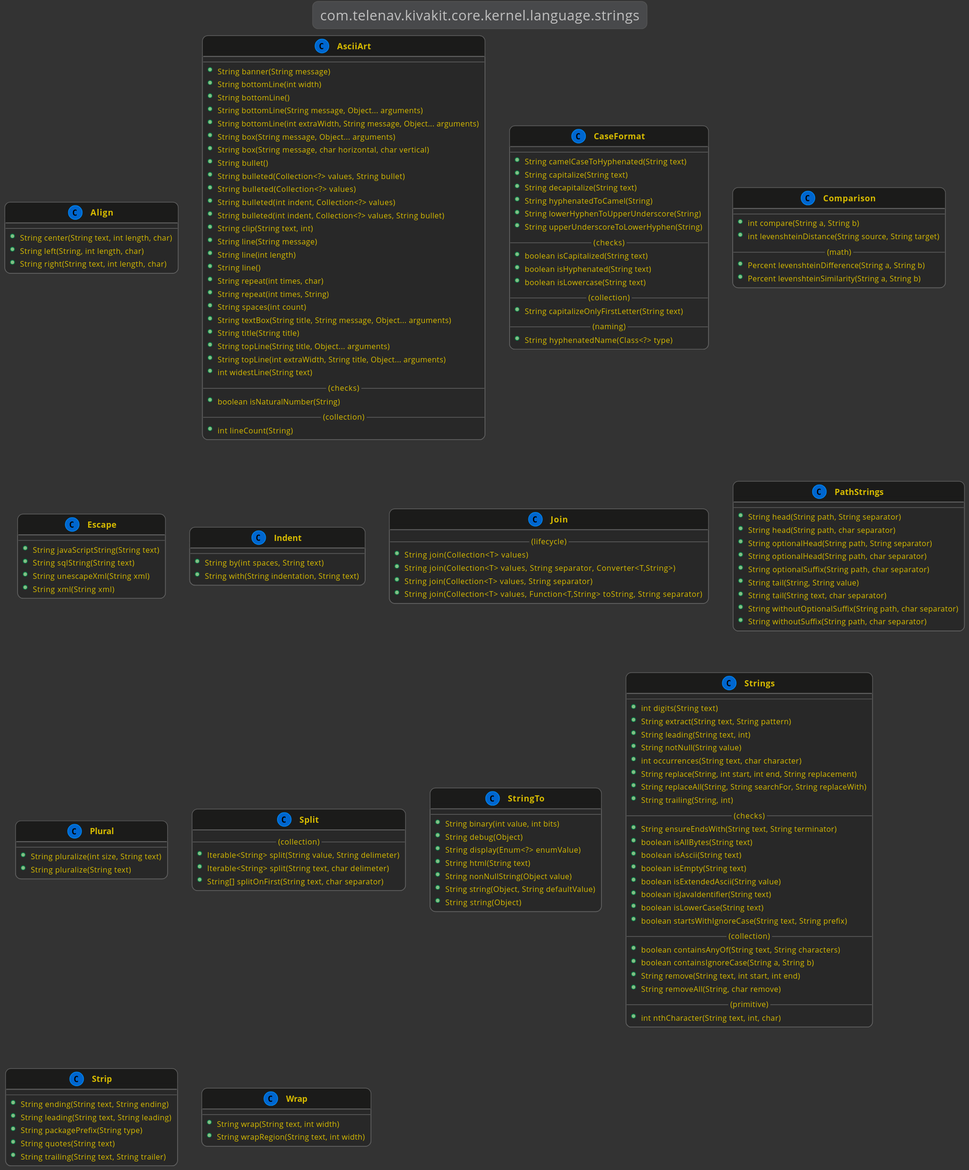
Above: docs/lexakai/kivakit/kivakit-core/kernel/documentation/diagrams/com.telenav.kivakit.core.kernel.language.strings.svg in Telenav/kivakit-assets (PlantUML), before the change.
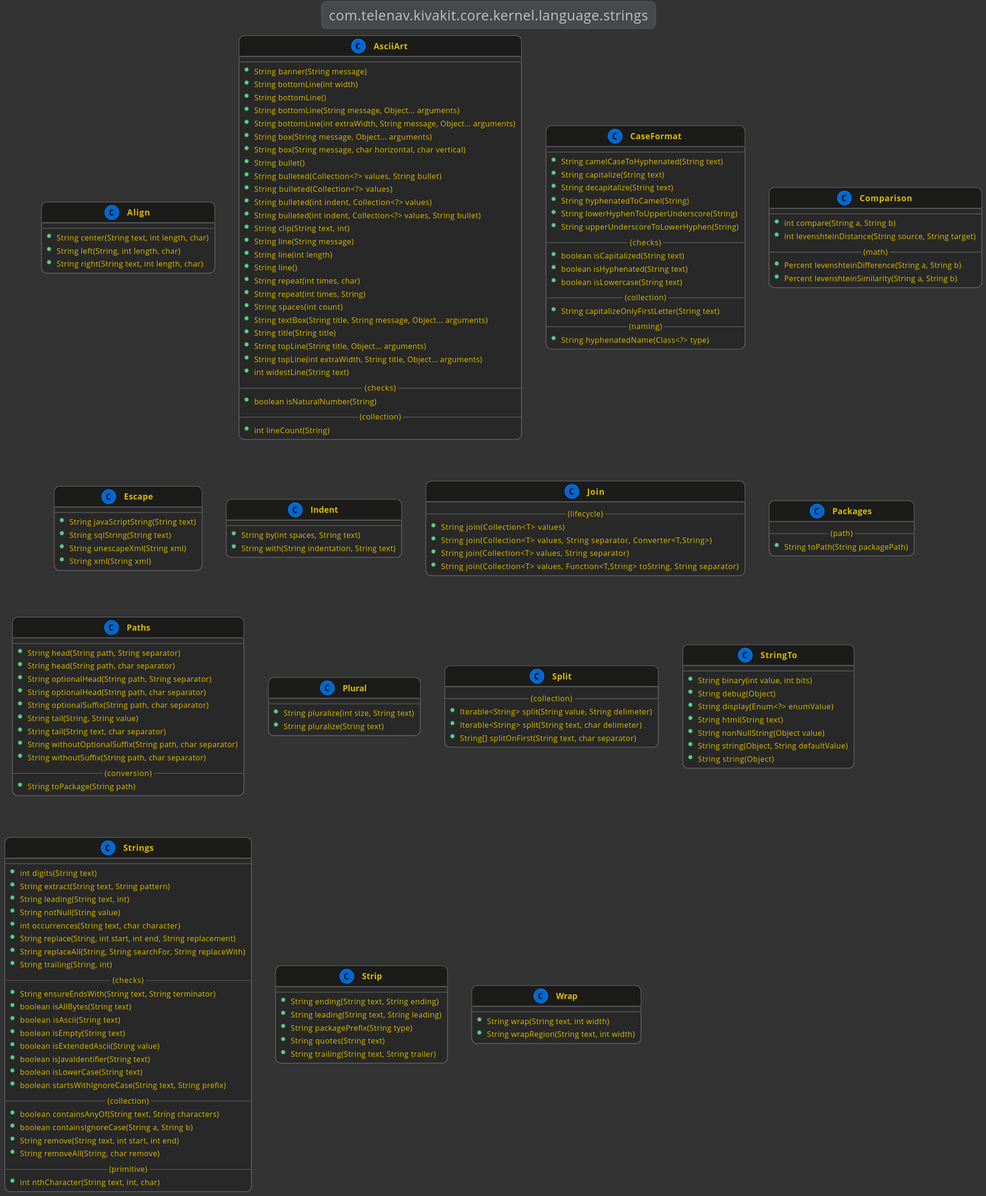
The same diagram one commit later.

Change to the diagram source:
```diff
@@ -99,7 +99,13 @@
         +String join(Collection<T> values, Function<T,String> toString, String separator)
     }
 
-    class PathStrings
+    class Packages
+    {
+        --(path)--
+        +String toPath(String packagePath)
+    }
+
+    class Paths
     {
         --
         +String head(String path, String separator)
@@ -111,6 +117,8 @@
         +String tail(String text, char separator)
         +String withoutOptionalSuffix(String path, char separator)
         +String withoutSuffix(String path, char separator)
+        --(conversion)--
+        +String toPackage(String path)
     }
 
     class Plural
```
